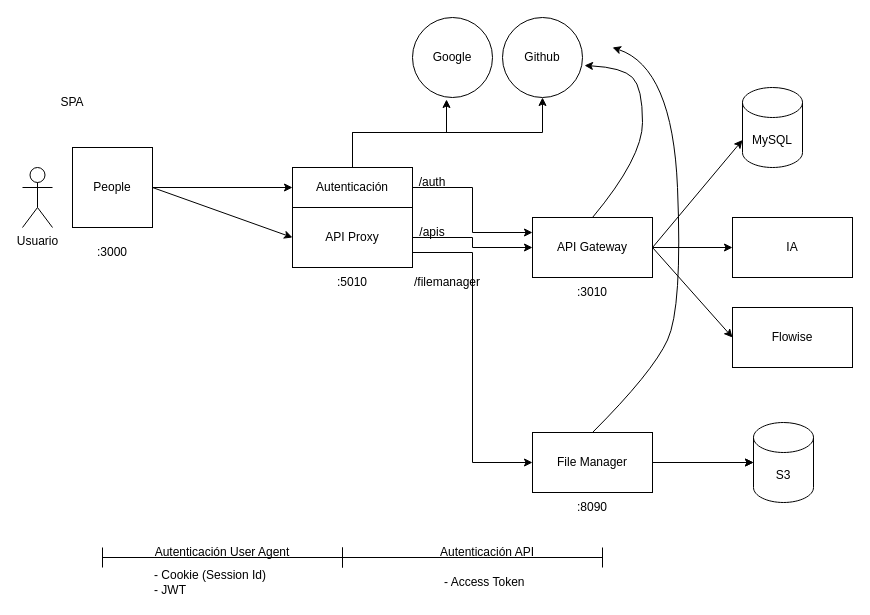
ocpdata/new-repo keeps this draw.io diagram as page "Bloques v2" (4 of 8) of Diagrama sin título.drawio. Above is the earlier version. Source tidied: cells renumbered, new cells numbered last; positions are measured from the earlier drawing's top-left corner, leaving out a move shared by most shapes. Both pictures are drawn from the tidied source at 100%, with x=0, y=0 at pixel (22, 17).
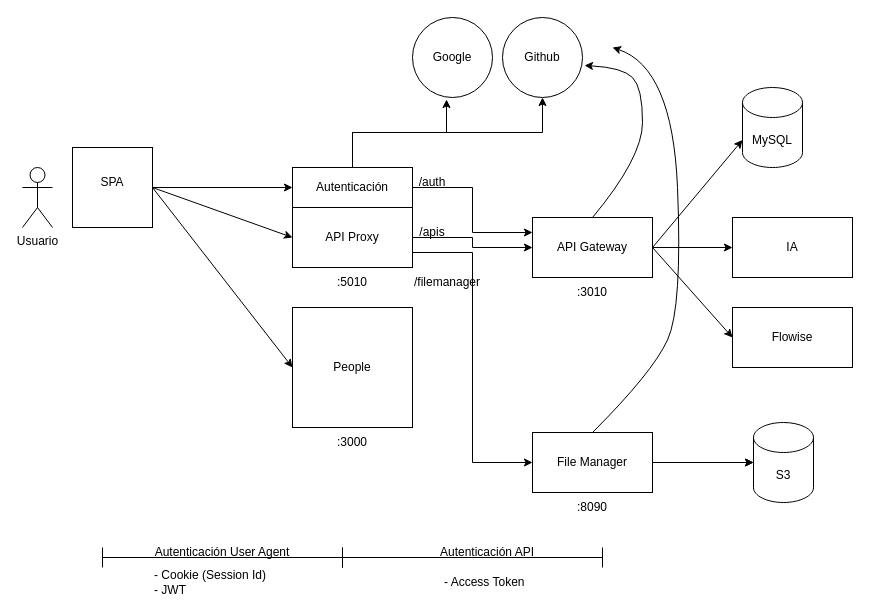
After the change.

What changed in the source:
```diff
@@
-    <mxCell id="3" value="People" style="whiteSpace=wrap;html=1;" parent="1" vertex="1">
+    <mxCell id="3" style="whiteSpace=wrap;html=1;" parent="1" vertex="1">
       <mxGeometry x="50" y="130" width="80" height="80" as="geometry" />
     </mxCell>
@@
     <mxCell id="30" value="SPA" style="text;strokeColor=none;align=center;fillColor=none;html=1;verticalAlign=middle;whiteSpace=wrap;rounded=0;" parent="1" vertex="1">
-      <mxGeometry x="20" y="70" width="60" height="30" as="geometry" />
+      <mxGeometry x="60" y="150" width="60" height="30" as="geometry" />
     </mxCell>
-    <mxCell id="31" value=":3000" style="text;strokeColor=none;align=center;fillColor=none;html=1;verticalAlign=middle;whiteSpace=wrap;rounded=0;" parent="1" vertex="1">
-      <mxGeometry x="60" y="220" width="60" height="30" as="geometry" />
-    </mxCell>
@@
+    <mxCell id="43" value="People" style="whiteSpace=wrap;html=1;" parent="1" vertex="1">
+      <mxGeometry x="270" y="290" width="120" height="120" as="geometry" />
+    </mxCell>
+    <mxCell id="44" style="edgeStyle=orthogonalEdgeStyle;rounded=0;orthogonalLoop=1;jettySize=auto;html=1;exitX=0.5;exitY=1;exitDx=0;exitDy=0;" parent="1" edge="1" source="43" target="43">
+      <mxGeometry relative="1" as="geometry" />
+    </mxCell>
+    <mxCell id="31" value=":3000" style="text;strokeColor=none;align=center;fillColor=none;html=1;verticalAlign=middle;whiteSpace=wrap;rounded=0;" parent="1" vertex="1">
+      <mxGeometry x="300" y="410" width="60" height="30" as="geometry" />
+    </mxCell>
+    <mxCell id="45" style="edgeStyle=orthogonalEdgeStyle;rounded=0;orthogonalLoop=1;jettySize=auto;html=1;exitX=0.5;exitY=1;exitDx=0;exitDy=0;" parent="1" edge="1" source="43" target="43">
+      <mxGeometry relative="1" as="geometry" />
+    </mxCell>
+    <mxCell id="46" style="endArrow=classic;html=1;rounded=0;exitX=1;exitY=0.5;exitDx=0;exitDy=0;entryX=0;entryY=0.5;entryDx=0;entryDy=0;" parent="1" edge="1" source="3" target="43">
+      <mxGeometry relative="1" as="geometry" />
+    </mxCell>
```
